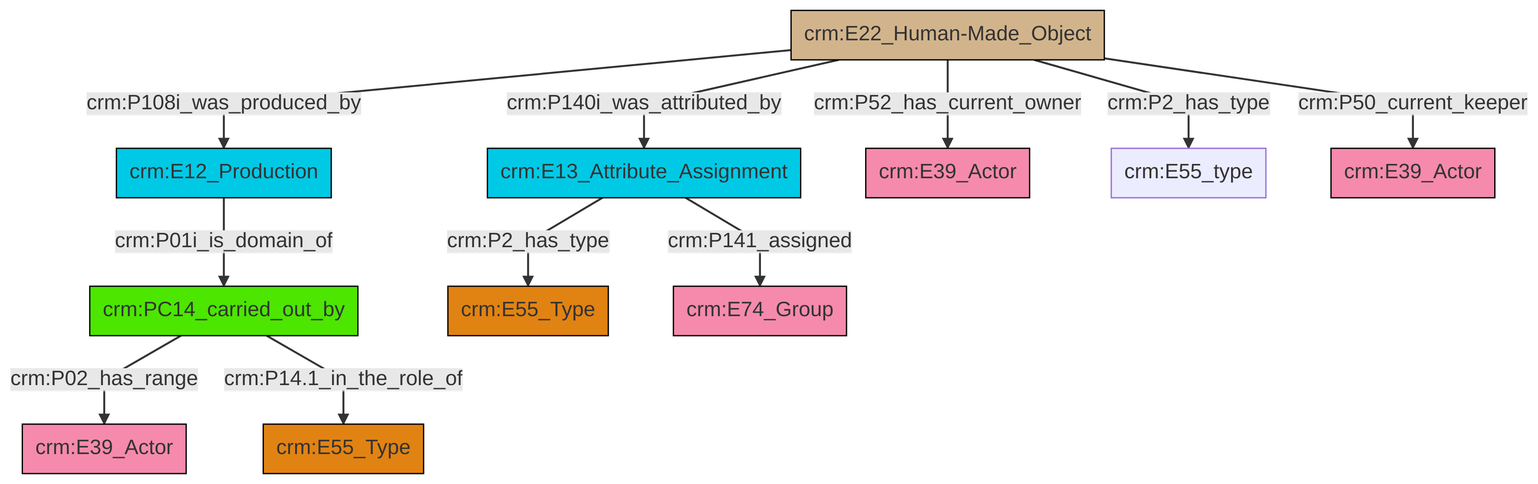
swiss-art-research-net/reference-data-models keeps this Mermaid diagram as et/artworkCSV/ttl/mmd/png/Artwork_Actor_Relations.png. Above is the earlier version. Its source is kept beside it as et/artworkCSV/ttl/mmd/Artwork_Actor_Relations.ttl.mmd.
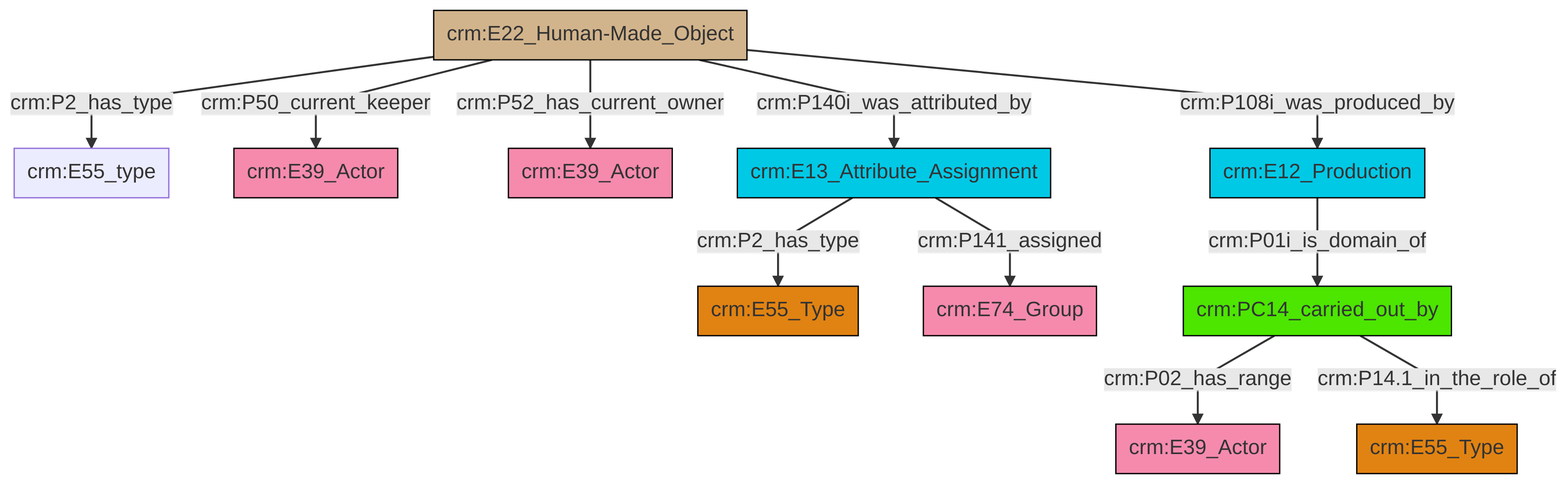
After the commit.

Diff of the diagram source:
```diff
@@ -13,13 +13,13 @@
 classDef PC_Classes fill:#4ce600, stroke:#000000;
 classDef Multi fill:#cccccc,stroke:#000000;
 
-0["crm:PC14_carried_out_by"]:::PC_Classes -->|crm:P02_has_range| 1["crm:E39_Actor"]:::Actor
-2["crm:E13_Attribute_Assignment"]:::Temporal_Entity -->|crm:P2_has_type| 3["crm:E55_Type"]:::Type
-4["crm:E22_Human-Made_Object"]:::Physical_Thing -->|crm:P108i_was_produced_by| 5["crm:E12_Production"]:::Temporal_Entity
-4["crm:E22_Human-Made_Object"]:::Physical_Thing -->|crm:P140i_was_attributed_by| 2["crm:E13_Attribute_Assignment"]:::Temporal_Entity
-5["crm:E12_Production"]:::Temporal_Entity -->|crm:P01i_is_domain_of| 0["crm:PC14_carried_out_by"]:::PC_Classes
-0["crm:PC14_carried_out_by"]:::PC_Classes -->|crm:P14.1_in_the_role_of| 9["crm:E55_Type"]:::Type
-4["crm:E22_Human-Made_Object"]:::Physical_Thing -->|crm:P2_has_type| 10["crm:E55_type"]:::Default
-4["crm:E22_Human-Made_Object"]:::Physical_Thing -->|crm:P52_has_current_owner| 6["crm:E39_Actor"]:::Actor
-4["crm:E22_Human-Made_Object"]:::Physical_Thing -->|crm:P50_current_keeper| 15["crm:E39_Actor"]:::Actor
-2["crm:E13_Attribute_Assignment"]:::Temporal_Entity -->|crm:P141_assigned| 16["crm:E74_Group"]:::Actor
+4["crm:E22_Human-Made_Object"]:::Physical_Thing -->|crm:P2_has_type| 5["crm:E55_type"]:::Default
+6["crm:E13_Attribute_Assignment"]:::Temporal_Entity -->|crm:P2_has_type| 2["crm:E55_Type"]:::Type
+9["crm:PC14_carried_out_by"]:::PC_Classes -->|crm:P02_has_range| 10["crm:E39_Actor"]:::Actor
+4["crm:E22_Human-Made_Object"]:::Physical_Thing -->|crm:P50_current_keeper| 0["crm:E39_Actor"]:::Actor
+15["crm:E12_Production"]:::Temporal_Entity -->|crm:P01i_is_domain_of| 9["crm:PC14_carried_out_by"]:::PC_Classes
+4["crm:E22_Human-Made_Object"]:::Physical_Thing -->|crm:P52_has_current_owner| 19["crm:E39_Actor"]:::Actor
+4["crm:E22_Human-Made_Object"]:::Physical_Thing -->|crm:P140i_was_attributed_by| 6["crm:E13_Attribute_Assignment"]:::Temporal_Entity
+6["crm:E13_Attribute_Assignment"]:::Temporal_Entity -->|crm:P141_assigned| 12["crm:E74_Group"]:::Actor
+4["crm:E22_Human-Made_Object"]:::Physical_Thing -->|crm:P108i_was_produced_by| 15["crm:E12_Production"]:::Temporal_Entity
+9["crm:PC14_carried_out_by"]:::PC_Classes -->|crm:P14.1_in_the_role_of| 7["crm:E55_Type"]:::Type
```
